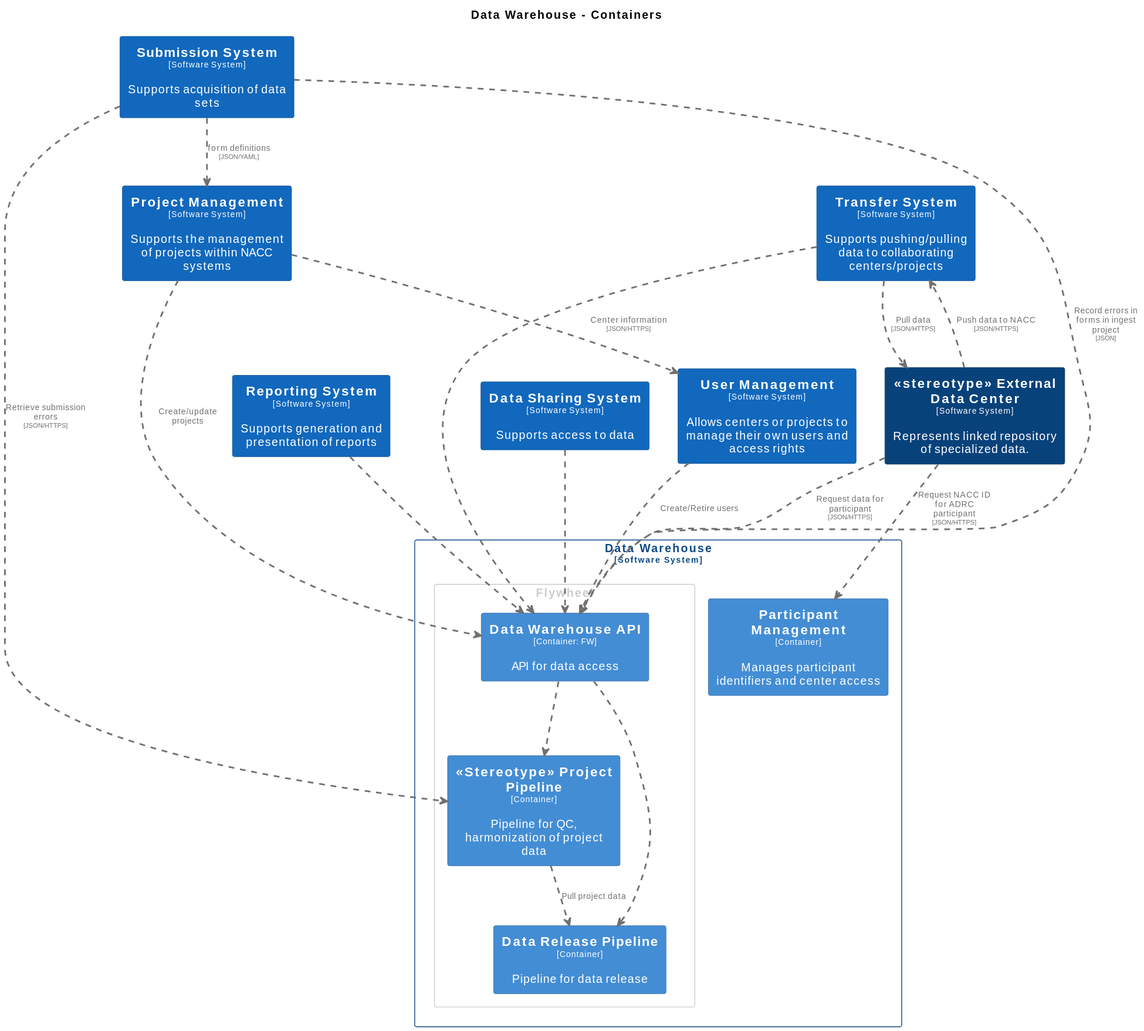
Earlier version of the PlantUML export docs/images/structurizr-WarehouseContainers.svg (naccdata/system-design).
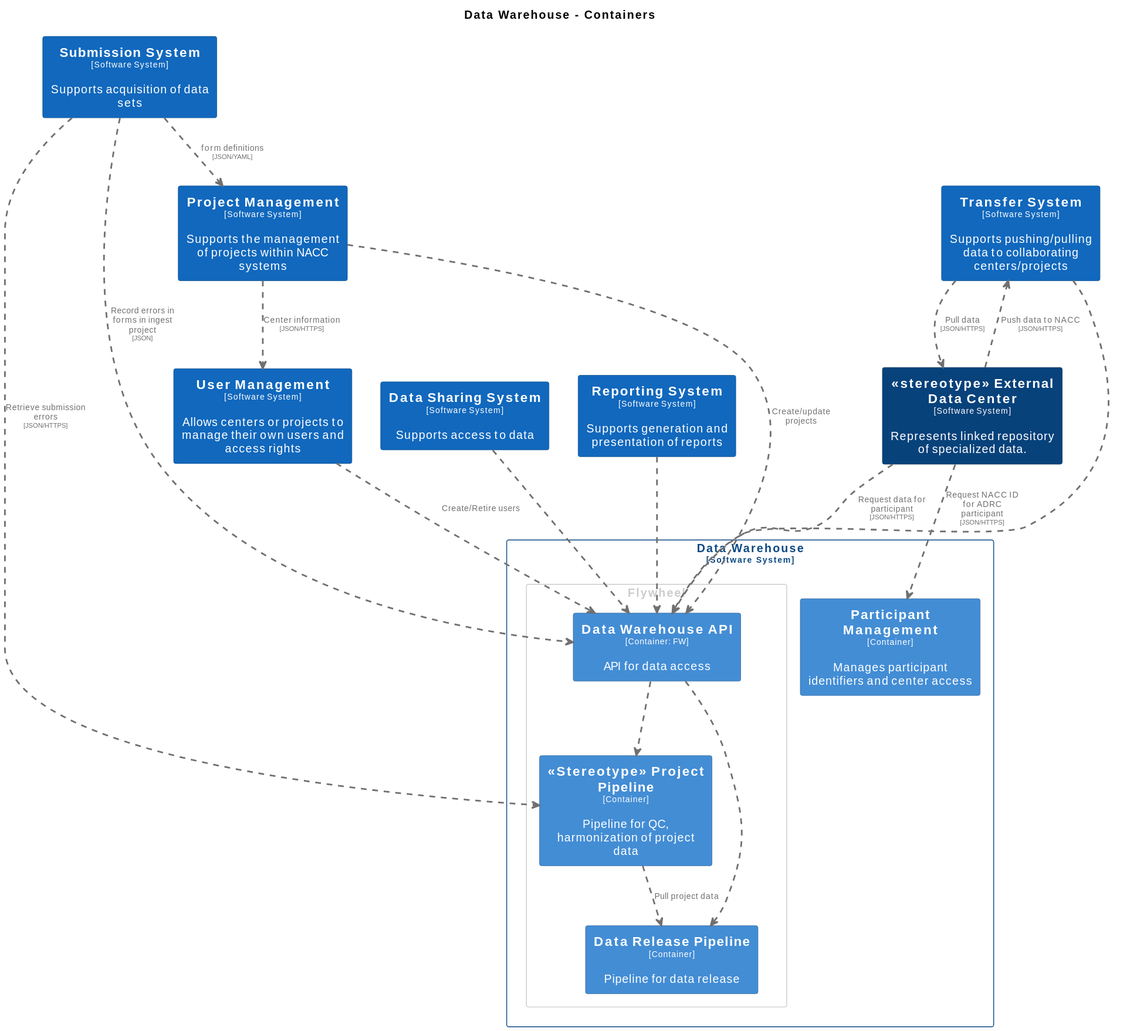
Above is the later version.

Diff of the diagram source:
```diff
@@ -71,11 +71,11 @@
 }
 
 rectangle "==Submission System\n<size:10>[Software System]</size>\n\nSupports acquisition of data sets" <<SubmissionSystem>> as SubmissionSystem
-rectangle "==Data Sharing System\n<size:10>[Software System]</size>\n\nSupports access to data" <<DataSharingSystem>> as DataSharingSystem
-rectangle "==Transfer System\n<size:10>[Software System]</size>\n\nSupports pushing/pulling data to collaborating centers/projects" <<TransferSystem>> as TransferSystem
 rectangle "==User Management\n<size:10>[Software System]</size>\n\nAllows centers or projects to manage their own users and access rights" <<UserManagement>> as UserManagement
 rectangle "==Project Management\n<size:10>[Software System]</size>\n\nSupports the management of projects within NACC systems" <<ProjectManagement>> as ProjectManagement
+rectangle "==Data Sharing System\n<size:10>[Software System]</size>\n\nSupports access to data" <<DataSharingSystem>> as DataSharingSystem
 rectangle "==Reporting System\n<size:10>[Software System]</size>\n\nSupports generation and presentation of reports" <<ReportingSystem>> as ReportingSystem
+rectangle "==Transfer System\n<size:10>[Software System]</size>\n\nSupports pushing/pulling data to collaborating centers/projects" <<TransferSystem>> as TransferSystem
 rectangle "==<<stereotype>> External Data Center\n<size:10>[Software System]</size>\n\nRepresents linked repository of specialized data." <<stereotypeExternalDataCenter>> as stereotypeExternalDataCenter
 
 rectangle "Data Warehouse\n<size:10>[Software System]</size>" <<DataWarehouse>> {
@@ -94,13 +94,12 @@
   rectangle "==Participant Management\n<size:10>[Container]</size>\n\nManages participant identifiers and center access" <<DataWarehouse.ParticipantManagement>> as DataWarehouse.ParticipantManagement
 }
 
-TransferSystem .[#707070,thickness=2].> DataWarehouse.DataWarehouseAPI : "<color:#707070>"
 ReportingSystem .[#707070,thickness=2].> DataWarehouse.DataWarehouseAPI : "<color:#707070>"
 DataSharingSystem .[#707070,thickness=2].> DataWarehouse.DataWarehouseAPI : "<color:#707070>"
 DataWarehouse.StereotypeProjectPipeline .[#707070,thickness=2].> DataWarehouse.DataReleasePipeline : "<color:#707070>Pull project data"
-DataWarehouse.DataWarehouseAPI .[#707070,thickness=2].> DataWarehouse.StereotypeProjectPipeline : "<color:#707070>"
 stereotypeExternalDataCenter .[#707070,thickness=2].> DataWarehouse.ParticipantManagement : "<color:#707070>Request NACC ID for ADRC participant\n<color:#707070><size:8>[JSON/HTTPS]</size>"
 stereotypeExternalDataCenter .[#707070,thickness=2].> DataWarehouse.DataWarehouseAPI : "<color:#707070>Request data for participant\n<color:#707070><size:8>[JSON/HTTPS]</size>"
+DataWarehouse.DataWarehouseAPI .[#707070,thickness=2].> DataWarehouse.StereotypeProjectPipeline : "<color:#707070>"
 stereotypeExternalDataCenter .[#707070,thickness=2].> TransferSystem : "<color:#707070>Push data to NACC\n<color:#707070><size:8>[JSON/HTTPS]</size>"
 TransferSystem .[#707070,thickness=2].> stereotypeExternalDataCenter : "<color:#707070>Pull data\n<color:#707070><size:8>[JSON/HTTPS]</size>"
 DataWarehouse.DataWarehouseAPI .[#707070,thickness=2].> DataWarehouse.DataReleasePipeline : "<color:#707070>"
@@ -110,4 +109,5 @@
 SubmissionSystem .[#707070,thickness=2].> DataWarehouse.DataWarehouseAPI : "<color:#707070>Record errors in forms in ingest project\n<color:#707070><size:8>[JSON]</size>"
 SubmissionSystem .[#707070,thickness=2].> ProjectManagement : "<color:#707070>form definitions\n<color:#707070><size:8>[JSON/YAML]</size>"
 SubmissionSystem .[#707070,thickness=2].> DataWarehouse.StereotypeProjectPipeline : "<color:#707070>Retrieve submission errors\n<color:#707070><size:8>[JSON/HTTPS]</size>"
+TransferSystem .[#707070,thickness=2].> DataWarehouse.DataWarehouseAPI : "<color:#707070>"
 @enduml
```
